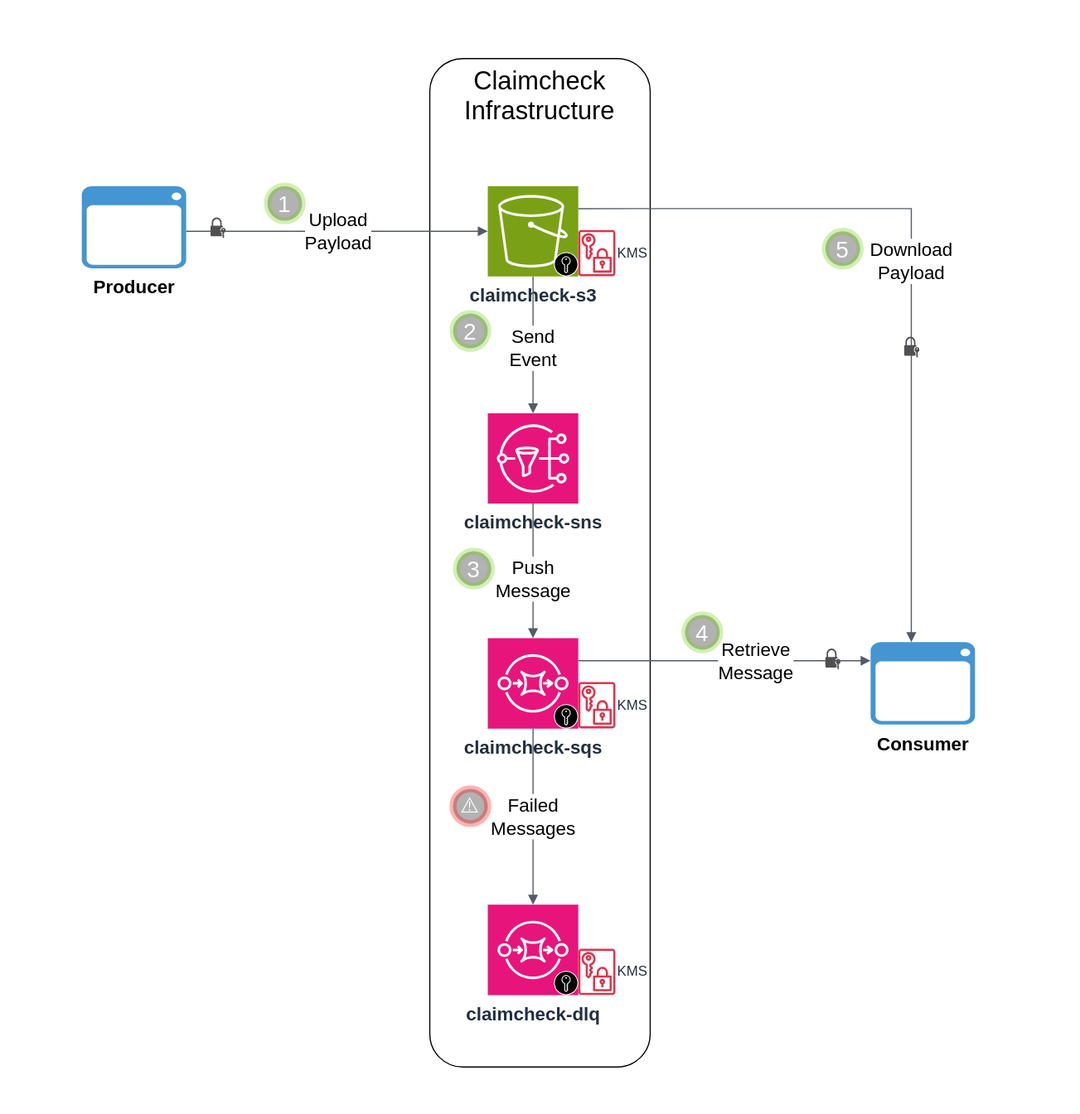
The draw.io diagram diagram.drawio.svg in jimweller/kata-claimcheck, before a commit. Source tidied: cells renumbered, new cells last; positions are measured from the earlier drawing's top-left corner, leaving out a move shared by most shapes.
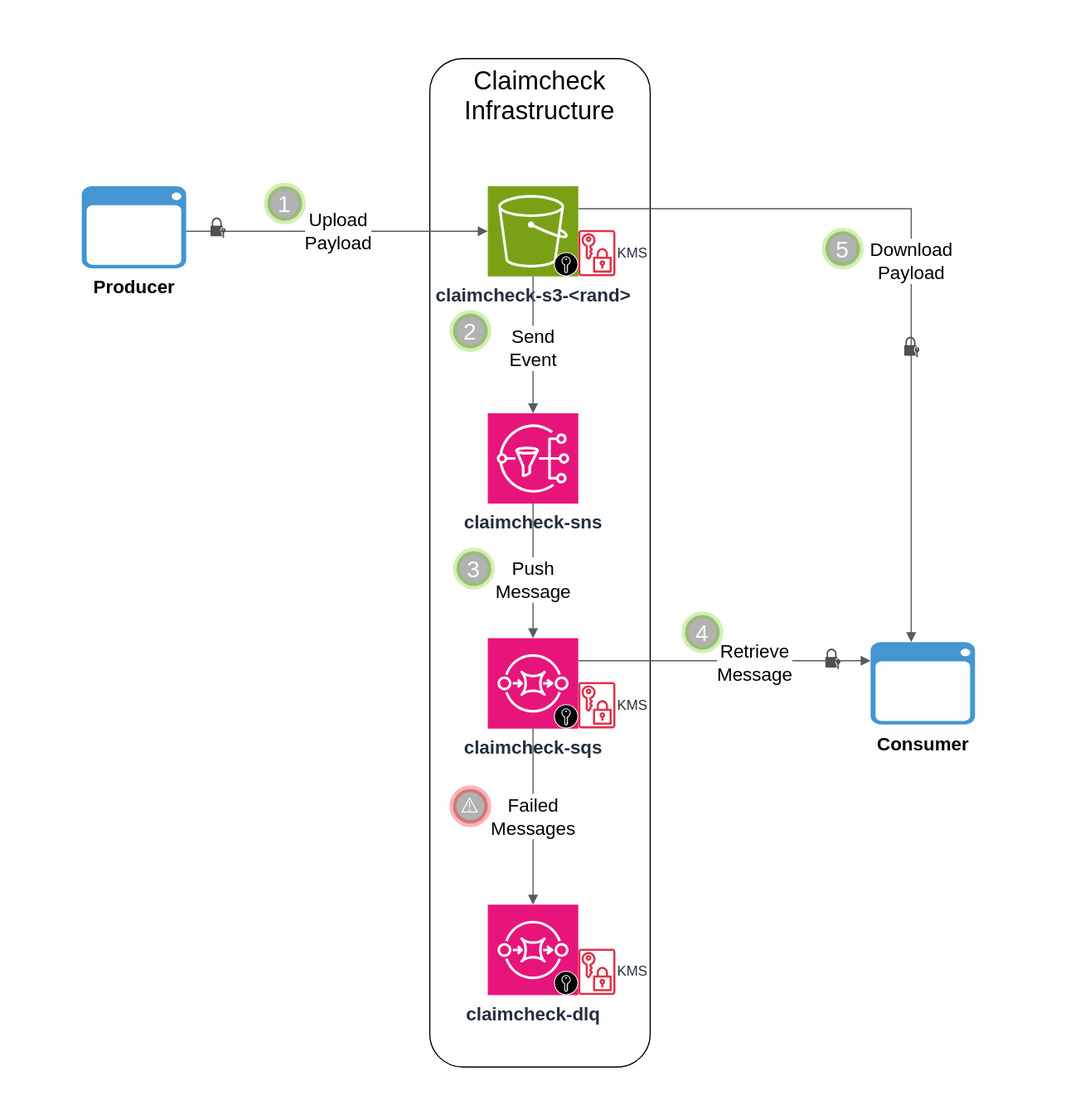
Later version of the same file.

The edit, as a diff of the source:
```diff
@@ -8,7 +8,7 @@
     <mxCell id="3" value="Claimcheck Infrastructure" style="rounded=1;whiteSpace=wrap;html=1;labelPosition=center;verticalLabelPosition=middle;align=center;verticalAlign=top;fontSize=22;fillStyle=solid;" parent="1" vertex="1">
       <mxGeometry x="370" y="50" width="190" height="870" as="geometry" />
     </mxCell>
-    <mxCell id="4" value="claimcheck-s3" style="sketch=0;points=[[0,0,0],[0.25,0,0],[0.5,0,0],[0.75,0,0],[1,0,0],[0,1,0],[0.25,1,0],[0.5,1,0],[0.75,1,0],[1,1,0],[0,0.25,0],[0,0.5,0],[0,0.75,0],[1,0.25,0],[1,0.5,0],[1,0.75,0]];outlineConnect=0;fontColor=#232F3E;fillColor=#7AA116;strokeColor=#ffffff;dashed=0;verticalLabelPosition=bottom;verticalAlign=top;align=center;html=1;fontSize=16;fontStyle=1;shape=mxgraph.aws4.resourceIcon;resIcon=mxgraph.aws4.s3;" parent="1" vertex="1">
+    <mxCell id="4" value="claimcheck-s3-&amp;lt;rand&amp;gt;" style="sketch=0;points=[[0,0,0],[0.25,0,0],[0.5,0,0],[0.75,0,0],[1,0,0],[0,1,0],[0.25,1,0],[0.5,1,0],[0.75,1,0],[1,1,0],[0,0.25,0],[0,0.5,0],[0,0.75,0],[1,0.25,0],[1,0.5,0],[1,0.75,0]];outlineConnect=0;fontColor=#232F3E;fillColor=#7AA116;strokeColor=#ffffff;dashed=0;verticalLabelPosition=bottom;verticalAlign=top;align=center;html=1;fontSize=16;fontStyle=1;shape=mxgraph.aws4.resourceIcon;resIcon=mxgraph.aws4.s3;" parent="1" vertex="1">
       <mxGeometry x="420" y="160" width="78" height="78" as="geometry" />
     </mxCell>
     <mxCell id="5" value="claimcheck-sqs" style="sketch=0;points=[[0,0,0],[0.25,0,0],[0.5,0,0],[0.75,0,0],[1,0,0],[0,1,0],[0.25,1,0],[0.5,1,0],[0.75,1,0],[1,1,0],[0,0.25,0],[0,0.5,0],[0,0.75,0],[1,0.25,0],[1,0.5,0],[1,0.75,0]];outlineConnect=0;fontColor=#232F3E;fillColor=#E7157B;strokeColor=#ffffff;dashed=0;verticalLabelPosition=bottom;verticalAlign=top;align=center;html=1;fontSize=16;fontStyle=1;shape=mxgraph.aws4.resourceIcon;resIcon=mxgraph.aws4.sqs;" parent="1" vertex="1">
```
